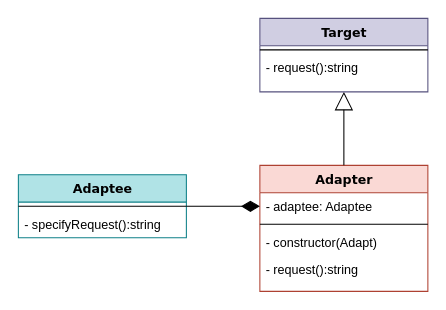
nicolaskruger/designPatterns keeps this draw.io diagram as assets/drawio/Adapter.drawio. Above is the earlier version. Source tidied: cells renumbered, new cells numbered last; positions are measured from the earlier drawing's top-left corner, leaving out a move shared by most shapes. Both pictures are drawn from the tidied source at 105%, with x=0, y=0 at pixel (18, 18).
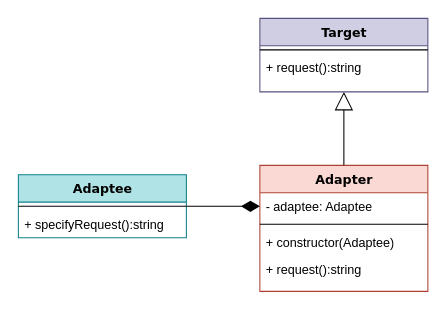
The same diagram, later.

What changed in the source:
```diff
@@
 <mxGraphModel background="#ffffff">
   <root>
     <mxCell id="0" />
     <mxCell id="1" parent="0" />
     <mxCell id="2" value="Adapter" style="swimlane;html=1;fontStyle=1;align=center;verticalAlign=top;horizontal=1;startSize=26;swimlaneFillColor=#ffffff;rounded=0;shadow=0;comic=0;labelBackgroundColor=none;strokeWidth=1;fillColor=#fad9d5;fontFamily=Verdana;fontSize=12;strokeColor=#ae4132;" parent="1" vertex="1">
       <mxGeometry x="230" y="140" width="160" height="120" as="geometry" />
     </mxCell>
     <mxCell id="3" value="- adaptee: Adaptee" style="text;html=1;strokeColor=none;fillColor=none;align=left;verticalAlign=top;spacingLeft=4;spacingRight=4;whiteSpace=wrap;overflow=hidden;points=[[0,0.5],[1,0.5]];portConstraint=eastwest;" parent="2" vertex="1">
       <mxGeometry y="26" width="160" height="26" as="geometry" />
     </mxCell>
     <mxCell id="4" style="line;html=1;strokeWidth=1;fillColor=none;align=left;verticalAlign=middle;spacingTop=-1;spacingLeft=3;spacingRight=3;labelPosition=right;" parent="2" vertex="1">
       <mxGeometry y="52" width="160" height="8" as="geometry" />
     </mxCell>
-    <mxCell id="5" value="- constructor(Adapt)" style="text;html=1;strokeColor=none;fillColor=none;align=left;verticalAlign=top;spacingLeft=4;spacingRight=4;whiteSpace=wrap;overflow=hidden;" parent="2" vertex="1">
+    <mxCell id="5" value="+ constructor(Adaptee)" style="text;html=1;strokeColor=none;fillColor=none;align=left;verticalAlign=top;spacingLeft=4;spacingRight=4;whiteSpace=wrap;overflow=hidden;" parent="2" vertex="1">
       <mxGeometry y="60" width="160" height="26" as="geometry" />
     </mxCell>
-    <mxCell id="6" value="- request():string" style="text;html=1;strokeColor=none;fillColor=none;align=left;verticalAlign=top;spacingLeft=4;spacingRight=4;whiteSpace=wrap;overflow=hidden;" parent="2" vertex="1">
+    <mxCell id="6" value="+ request():string" style="text;html=1;strokeColor=none;fillColor=none;align=left;verticalAlign=top;spacingLeft=4;spacingRight=4;whiteSpace=wrap;overflow=hidden;" parent="2" vertex="1">
       <mxGeometry y="86" width="160" height="26" as="geometry" />
     </mxCell>
     <mxCell id="7" value="Adaptee" style="swimlane;html=1;fontStyle=1;align=center;verticalAlign=top;horizontal=1;startSize=26;swimlaneFillColor=#ffffff;rounded=0;shadow=0;comic=0;labelBackgroundColor=none;strokeWidth=1;fillColor=#b0e3e6;fontFamily=Verdana;fontSize=12;strokeColor=#0e8088;" parent="1" vertex="1">
       <mxGeometry y="149" width="160" height="60" as="geometry" />
     </mxCell>
     <mxCell id="8" style="line;html=1;strokeWidth=1;fillColor=none;align=left;verticalAlign=middle;spacingTop=-1;spacingLeft=3;spacingRight=3;labelPosition=right;" parent="7" vertex="1">
       <mxGeometry y="26" width="160" height="8" as="geometry" />
     </mxCell>
-    <mxCell id="9" value="- specifyRequest():string" style="text;html=1;strokeColor=none;fillColor=none;align=left;verticalAlign=top;spacingLeft=4;spacingRight=4;whiteSpace=wrap;overflow=hidden;" parent="7" vertex="1">
+    <mxCell id="9" value="+ specifyRequest():string" style="text;html=1;strokeColor=none;fillColor=none;align=left;verticalAlign=top;spacingLeft=4;spacingRight=4;whiteSpace=wrap;overflow=hidden;" parent="7" vertex="1">
       <mxGeometry y="34" width="160" height="26" as="geometry" />
     </mxCell>
     <mxCell id="10" style="edgeStyle=orthogonalEdgeStyle;rounded=0;jettySize=auto;html=1;exitX=0.5;exitY=1;exitDx=0;exitDy=0;entryX=0.5;entryY=0;entryDx=0;entryDy=0;startArrow=block;startFill=0;startSize=15;endArrow=none;endFill=0;" parent="1" edge="1" source="11" target="2">
       <mxGeometry relative="1" as="geometry" />
     </mxCell>
     <mxCell id="11" value="Target" style="swimlane;html=1;fontStyle=1;align=center;verticalAlign=top;horizontal=1;startSize=26;swimlaneFillColor=#ffffff;rounded=0;shadow=0;comic=0;labelBackgroundColor=none;strokeWidth=1;fillColor=#d0cee2;fontFamily=Verdana;fontSize=12;strokeColor=#56517e;" parent="1" vertex="1">
       <mxGeometry x="230" width="160" height="70" as="geometry" />
     </mxCell>
     <mxCell id="12" style="line;html=1;strokeWidth=1;fillColor=none;align=left;verticalAlign=middle;spacingTop=-1;spacingLeft=3;spacingRight=3;labelPosition=right;" parent="11" vertex="1">
       <mxGeometry y="26" width="160" height="8" as="geometry" />
     </mxCell>
-    <mxCell id="13" value="- request():string" style="text;html=1;strokeColor=none;fillColor=none;align=left;verticalAlign=top;spacingLeft=4;spacingRight=4;whiteSpace=wrap;overflow=hidden;" parent="11" vertex="1">
+    <mxCell id="13" value="+ request():string" style="text;html=1;strokeColor=none;fillColor=none;align=left;verticalAlign=top;spacingLeft=4;spacingRight=4;whiteSpace=wrap;overflow=hidden;" parent="11" vertex="1">
       <mxGeometry y="34" width="160" height="26" as="geometry" />
     </mxCell>
     <mxCell id="14" style="edgeStyle=orthogonalEdgeStyle;rounded=0;jettySize=auto;html=1;exitX=0;exitY=0.5;exitDx=0;exitDy=0;entryX=1;entryY=0.5;entryDx=0;entryDy=0;startArrow=diamondThin;startFill=1;startSize=15;endArrow=none;endFill=0;" parent="1" edge="1" source="3" target="7">
       <mxGeometry relative="1" as="geometry" />
     </mxCell>
   </root>
 </mxGraphModel>
```
